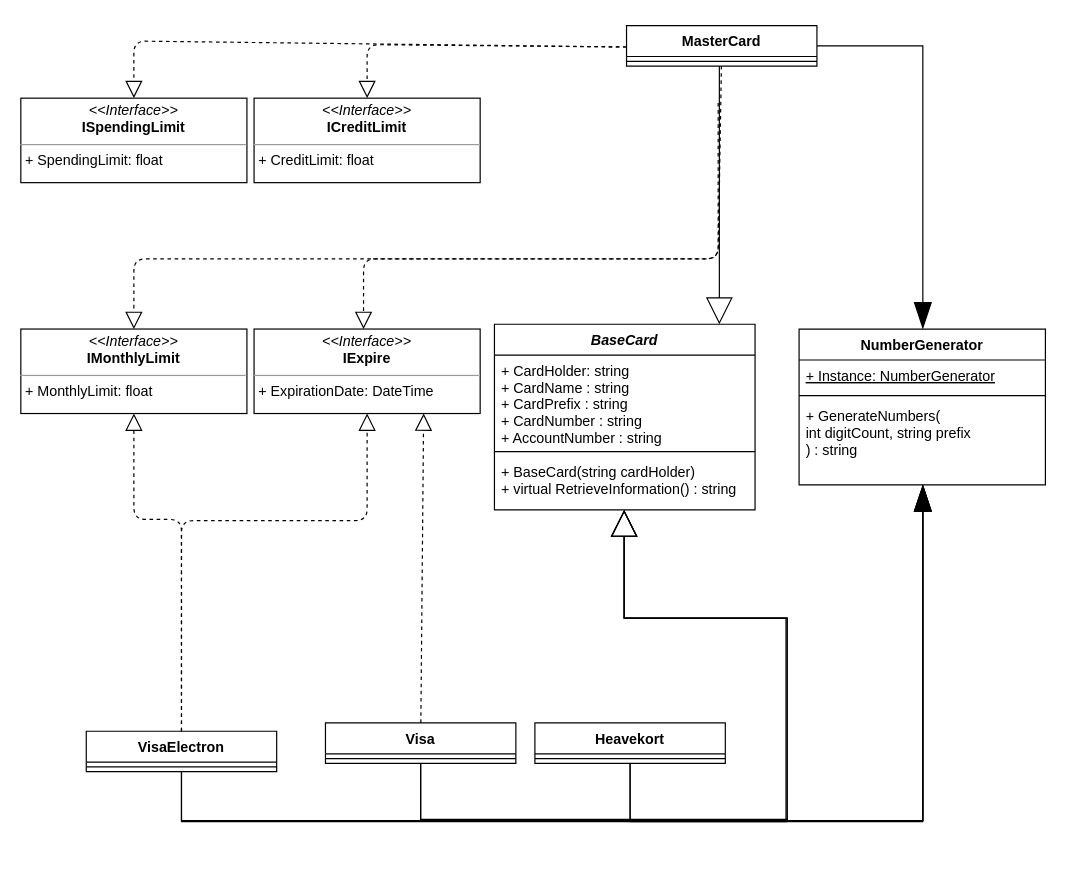
Above: My_Banker/UML/MyBanker.drawio in WizzyVeigar/My_Banker (draw.io), before the change. Source tidied: cells renumbered, new cells numbered last; positions are measured from the earlier drawing's top-left corner, leaving out a move shared by most shapes. Both pictures are drawn from the tidied source at 119%, with x=0, y=0 at pixel (20, 25).
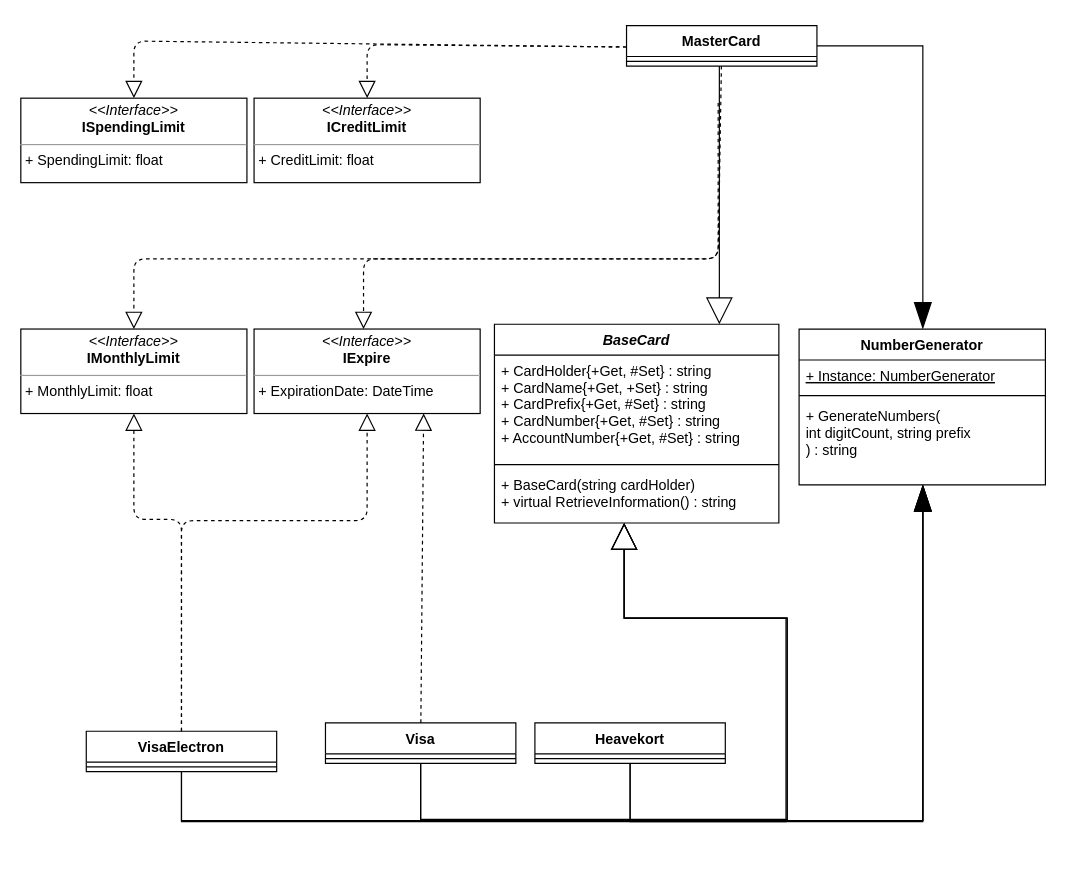
Above is the later version.

Commit message (it also covers changes not shown here):
Added protected Set on Basecard Properties Updated UML

What changed in the source:
```diff
@@
     <mxCell id="14" value="BaseCard" style="swimlane;fontStyle=3;align=center;verticalAlign=top;horizontal=1;startSize=26;" parent="1" vertex="1">
-      <mxGeometry x="398" y="251" width="219" height="156" as="geometry" />
+      <mxGeometry x="398" y="251" width="239" height="167" as="geometry" />
     </mxCell>
-    <mxCell id="15" value="+ CardHolder: string&#10;+ CardName : string&#10;+ CardPrefix : string&#10;+ CardNumber : string&#10;+ AccountNumber : string" style="text;strokeColor=none;fillColor=none;align=left;verticalAlign=top;spacingLeft=4;spacingRight=4;overflow=hidden;" parent="14" vertex="1">
-      <mxGeometry y="26" width="219" height="77" as="geometry" />
+    <mxCell id="15" value="+ CardHolder{+Get, #Set} : string&#10;+ CardName{+Get, +Set} : string&#10;+ CardPrefix{+Get, #Set} : string&#10;+ CardNumber{+Get, #Set} : string&#10;+ AccountNumber{+Get, #Set} : string" style="text;strokeColor=none;fillColor=none;align=left;verticalAlign=top;spacingLeft=4;spacingRight=4;overflow=hidden;" parent="14" vertex="1">
+      <mxGeometry y="26" width="239" height="88" as="geometry" />
     </mxCell>
     <mxCell id="16" style="line;strokeWidth=1;fillColor=none;align=left;verticalAlign=middle;spacingTop=-1;spacingLeft=3;spacingRight=3;labelPosition=right;" parent="14" vertex="1">
-      <mxGeometry y="103" width="219" height="8" as="geometry" />
+      <mxGeometry y="114" width="239" height="8" as="geometry" />
     </mxCell>
     <mxCell id="17" value="+ BaseCard(string cardHolder)&#10;+ virtual RetrieveInformation() : string " style="text;strokeColor=none;fillColor=none;align=left;verticalAlign=top;spacingLeft=4;spacingRight=4;overflow=hidden;points=[[0,0.5],[1,0.5]];portConstraint=eastwest;" parent="14" vertex="1">
-      <mxGeometry y="111" width="219" height="45" as="geometry" />
+      <mxGeometry y="122" width="239" height="45" as="geometry" />
     </mxCell>
```
